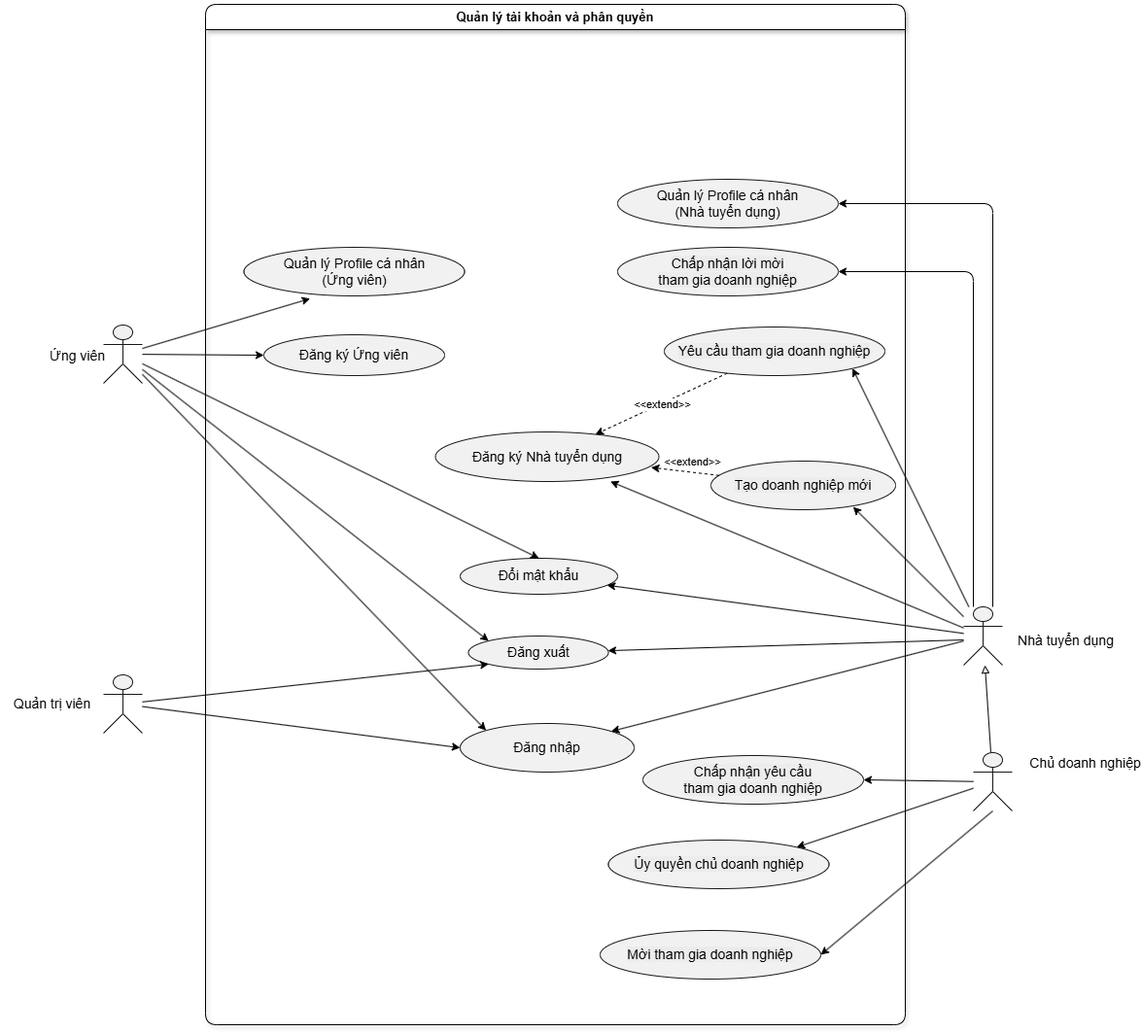
Above: diagrams/usecase_account.png in SE-Project-CTU/smart-recruitment-docs (draw.io), before the change. Source tidied: cells renumbered, new cells last; positions are measured from the earlier drawing's top-left corner, leaving out a move shared by most shapes. The source it was exported from:
```xml
<mxGraphModel>
  <root>
    <mxCell id="0" />
    <mxCell id="1" parent="0" />
    <mxCell id="2" value="Quản lý tài khoản và phân quyền" style="swimlane;startSize=26;fontSize=13;fontStyle=1;whiteSpace=wrap;shadow=1;rounded=1;glass=0;swimlaneLine=1;fillColor=default;gradientColor=none;fillStyle=solid;" parent="1" vertex="1">
      <mxGeometry x="212" width="720" height="1050" as="geometry" />
    </mxCell>
    <mxCell id="3" value="Đăng ký Ứng viên" style="ellipse;html=1;fillColor=#F1F1F1;strokeColor=#181818;whiteSpace=wrap;fontColor=#000000;fontSize=14;shadow=0;" parent="2" vertex="1">
      <mxGeometry x="60" y="340" width="186" height="42" as="geometry" />
    </mxCell>
    <mxCell id="4" value="Đăng ký Nhà tuyển dụng" style="ellipse;html=1;fillColor=#F1F1F1;strokeColor=#181818;whiteSpace=wrap;fontColor=#000000;fontSize=14;shadow=0;" parent="2" vertex="1">
      <mxGeometry x="236.5" y="440" width="230" height="51" as="geometry" />
    </mxCell>
    <mxCell id="5" value="Đăng nhập" style="ellipse;html=1;fillColor=#F1F1F1;strokeColor=#181818;whiteSpace=wrap;fontColor=#000000;fontSize=14;shadow=0;" parent="2" vertex="1">
      <mxGeometry x="262" y="740" width="179" height="50" as="geometry" />
    </mxCell>
    <mxCell id="6" value="Đăng xuất" style="ellipse;html=1;fillColor=#F1F1F1;strokeColor=#181818;whiteSpace=wrap;fontColor=#000000;fontSize=14;shadow=0;" parent="2" vertex="1">
      <mxGeometry x="270.5" y="650" width="144" height="34" as="geometry" />
    </mxCell>
    <mxCell id="7" value="Quản lý Profile cá nhân&lt;br&gt;(Ứng viên)" style="ellipse;html=1;fillColor=#F1F1F1;strokeColor=#181818;whiteSpace=wrap;fontColor=#000000;fontSize=14;shadow=0;" parent="2" vertex="1">
      <mxGeometry x="39.5" y="250" width="227" height="50" as="geometry" />
    </mxCell>
    <mxCell id="8" value="Đổi mật khẩu" style="ellipse;html=1;fillColor=#F1F1F1;strokeColor=#181818;whiteSpace=wrap;fontColor=#000000;fontSize=14;shadow=0;" parent="2" vertex="1">
      <mxGeometry x="262" y="570" width="162" height="37" as="geometry" />
    </mxCell>
    <mxCell id="9" value="Quản lý Profile cá nhân&lt;br&gt;(Nhà tuyển dụng)" style="ellipse;html=1;fillColor=#F1F1F1;strokeColor=#181818;whiteSpace=wrap;fontColor=#000000;fontSize=14;shadow=0;" parent="2" vertex="1">
      <mxGeometry x="424" y="180" width="227" height="50" as="geometry" />
    </mxCell>
    <mxCell id="10" value="&lt;span style=&quot;background-color: rgb(236, 236, 236);&quot;&gt;Tạo doanh nghiệp mới&lt;/span&gt;" style="ellipse;html=1;fillColor=#F1F1F1;strokeColor=#181818;whiteSpace=wrap;fontColor=#000000;fontSize=14;shadow=0;" parent="2" vertex="1">
      <mxGeometry x="520" y="470" width="190" height="50" as="geometry" />
    </mxCell>
    <mxCell id="11" style="edgeStyle=none;html=1;dashed=1;" parent="2" edge="1" source="13" target="4">
      <mxGeometry relative="1" as="geometry" />
    </mxCell>
    <mxCell id="12" value="&lt;span style=&quot;color: rgb(0, 0, 0);&quot;&gt;&amp;lt;&amp;lt;extend&amp;gt;&amp;gt;&lt;/span&gt;" style="edgeLabel;html=1;align=center;verticalAlign=middle;" parent="11" vertex="1">
      <mxGeometry relative="1" as="geometry" />
    </mxCell>
    <mxCell id="13" value="&lt;span style=&quot;background-color: rgb(236, 236, 236);&quot;&gt;Yêu cầu tham gia doanh nghiệp&lt;/span&gt;" style="ellipse;html=1;fillColor=#F1F1F1;strokeColor=#181818;whiteSpace=wrap;fontColor=#000000;fontSize=14;shadow=0;" parent="2" vertex="1">
      <mxGeometry x="472" y="332" width="227" height="50" as="geometry" />
    </mxCell>
    <mxCell id="14" value="&lt;span style=&quot;background-color: rgb(236, 236, 236);&quot;&gt;Mời tham gia doanh nghiệp&lt;/span&gt;" style="ellipse;html=1;fillColor=#F1F1F1;strokeColor=#181818;whiteSpace=wrap;fontColor=#000000;fontSize=14;shadow=0;" parent="2" vertex="1">
      <mxGeometry x="406" y="953" width="227" height="50" as="geometry" />
    </mxCell>
    <mxCell id="15" style="edgeStyle=none;html=1;entryX=0.965;entryY=0.717;entryDx=0;entryDy=0;entryPerimeter=0;dashed=1;" parent="2" edge="1" source="10" target="4">
      <mxGeometry relative="1" as="geometry" />
    </mxCell>
    <mxCell id="16" value="&lt;span style=&quot;color: rgb(0, 0, 0);&quot;&gt;&amp;lt;&amp;lt;extend&amp;gt;&amp;gt;&lt;/span&gt;" style="edgeLabel;html=1;align=center;verticalAlign=middle;" parent="15" vertex="1">
      <mxGeometry x="-0.19" relative="1" as="geometry">
        <mxPoint y="-11" as="offset" />
      </mxGeometry>
    </mxCell>
    <mxCell id="17" value="&lt;span style=&quot;background-color: rgb(236, 236, 236);&quot;&gt;Chấp nhận lời mời&lt;br&gt;tham gia doanh nghiệp&lt;/span&gt;" style="ellipse;html=1;fillColor=#F1F1F1;strokeColor=#181818;whiteSpace=wrap;fontColor=#000000;fontSize=14;shadow=0;" parent="2" vertex="1">
      <mxGeometry x="424" y="250" width="227" height="50" as="geometry" />
    </mxCell>
    <mxCell id="18" value="&lt;span style=&quot;background-color: rgb(236, 236, 236);&quot;&gt;Ủy quyền chủ doanh nghiệp&lt;/span&gt;" style="ellipse;html=1;fillColor=#F1F1F1;strokeColor=#181818;whiteSpace=wrap;fontColor=#000000;fontSize=14;shadow=0;" parent="2" vertex="1">
      <mxGeometry x="414.5" y="860" width="227" height="50" as="geometry" />
    </mxCell>
    <mxCell id="19" value="&lt;span style=&quot;background-color: rgb(236, 236, 236);&quot;&gt;Chấp nhận yêu cầu&lt;br&gt;tham gia doanh nghiệp&lt;/span&gt;" style="ellipse;html=1;fillColor=#F1F1F1;strokeColor=#181818;whiteSpace=wrap;fontColor=#000000;fontSize=14;shadow=0;" parent="2" vertex="1">
      <mxGeometry x="450" y="773" width="227" height="50" as="geometry" />
    </mxCell>
    <mxCell id="20" style="edgeStyle=none;html=1;entryX=0;entryY=0.5;entryDx=0;entryDy=0;" parent="1" edge="1" source="22" target="5">
      <mxGeometry relative="1" as="geometry" />
    </mxCell>
    <mxCell id="21" style="edgeStyle=none;html=1;entryX=0;entryY=1;entryDx=0;entryDy=0;" parent="1" edge="1" source="22" target="6">
      <mxGeometry relative="1" as="geometry" />
    </mxCell>
    <mxCell id="22" style="shape=umlActor;html=1;fillColor=#F1F1F1;strokeColor=#181818;fontColor=#000000;fontSize=14;shadow=0;" parent="1" vertex="1">
      <mxGeometry x="107" y="690" width="40" height="60" as="geometry" />
    </mxCell>
    <mxCell id="23" value="Quản trị viên" style="text;html=1;align=center;verticalAlign=top;fontColor=#000000;fontSize=14;" parent="1" vertex="1">
      <mxGeometry x="0.5" y="705" width="106.5" height="30" as="geometry" />
    </mxCell>
    <mxCell id="24" style="edgeStyle=none;html=1;entryX=0;entryY=0;entryDx=0;entryDy=0;" parent="1" edge="1" source="28" target="5">
      <mxGeometry relative="1" as="geometry" />
    </mxCell>
    <mxCell id="25" style="edgeStyle=none;html=1;entryX=0;entryY=0;entryDx=0;entryDy=0;" parent="1" edge="1" source="28" target="6">
      <mxGeometry relative="1" as="geometry" />
    </mxCell>
    <mxCell id="26" style="edgeStyle=none;html=1;entryX=0.5;entryY=0;entryDx=0;entryDy=0;" parent="1" edge="1" source="28" target="8">
      <mxGeometry relative="1" as="geometry" />
    </mxCell>
    <mxCell id="27" style="edgeStyle=none;html=1;" parent="1" edge="1" source="28" target="3">
      <mxGeometry relative="1" as="geometry" />
    </mxCell>
    <mxCell id="28" style="shape=umlActor;html=1;fillColor=#F1F1F1;strokeColor=#181818;fontColor=#000000;fontSize=14;shadow=0;" parent="1" vertex="1">
      <mxGeometry x="107" y="330" width="40" height="60" as="geometry" />
    </mxCell>
    <mxCell id="29" value="Ứng viên" style="text;html=1;align=center;verticalAlign=top;fontColor=#000000;fontSize=14;" parent="1" vertex="1">
      <mxGeometry x="42" y="347.4" width="75" height="25.2" as="geometry" />
    </mxCell>
    <mxCell id="30" style="edgeStyle=none;html=1;" parent="1" edge="1" source="36" target="5">
      <mxGeometry relative="1" as="geometry" />
    </mxCell>
    <mxCell id="31" style="edgeStyle=none;html=1;" parent="1" edge="1" source="36" target="8">
      <mxGeometry relative="1" as="geometry" />
    </mxCell>
    <mxCell id="32" style="edgeStyle=none;html=1;entryX=1;entryY=1;entryDx=0;entryDy=0;" parent="1" edge="1" source="36" target="13">
      <mxGeometry relative="1" as="geometry" />
    </mxCell>
    <mxCell id="33" style="html=1;entryX=1;entryY=0.5;entryDx=0;entryDy=0;" parent="1" edge="1" target="14">
      <mxGeometry relative="1" as="geometry">
        <mxPoint x="1022" y="830" as="sourcePoint" />
      </mxGeometry>
    </mxCell>
    <mxCell id="34" style="edgeStyle=orthogonalEdgeStyle;html=1;entryX=1;entryY=0.5;entryDx=0;entryDy=0;" parent="1" edge="1" source="36" target="9">
      <mxGeometry relative="1" as="geometry">
        <Array as="points">
          <mxPoint x="1022" y="205" />
        </Array>
      </mxGeometry>
    </mxCell>
    <mxCell id="35" style="edgeStyle=orthogonalEdgeStyle;html=1;entryX=1;entryY=0.5;entryDx=0;entryDy=0;" parent="1" edge="1" source="36" target="17">
      <mxGeometry relative="1" as="geometry">
        <Array as="points">
          <mxPoint x="1002" y="275" />
        </Array>
      </mxGeometry>
    </mxCell>
    <mxCell id="36" style="shape=umlActor;html=1;fillColor=#F1F1F1;strokeColor=#181818;fontColor=#000000;fontSize=14;shadow=0;" parent="1" vertex="1">
      <mxGeometry x="992" y="620" width="40" height="60" as="geometry" />
    </mxCell>
    <mxCell id="37" style="edgeStyle=none;html=1;" parent="1" edge="1" target="6">
      <mxGeometry relative="1" as="geometry">
        <mxPoint x="992" y="654" as="sourcePoint" />
      </mxGeometry>
    </mxCell>
    <mxCell id="38" value="Nhà tuyển dụng" style="text;html=1;align=center;verticalAlign=top;fontColor=#000000;fontSize=14;" parent="1" vertex="1">
      <mxGeometry x="1042" y="640" width="109" height="27.5" as="geometry" />
    </mxCell>
    <mxCell id="39" style="edgeStyle=none;html=1;entryX=0.783;entryY=1;entryDx=0;entryDy=0;entryPerimeter=0;" parent="1" edge="1" source="36" target="4">
      <mxGeometry relative="1" as="geometry" />
    </mxCell>
    <mxCell id="40" style="edgeStyle=none;html=1;entryX=0.77;entryY=0.943;entryDx=0;entryDy=0;entryPerimeter=0;" parent="1" edge="1" source="36" target="10">
      <mxGeometry relative="1" as="geometry" />
    </mxCell>
    <mxCell id="41" style="edgeStyle=none;html=1;entryX=0.3;entryY=1.056;entryDx=0;entryDy=0;entryPerimeter=0;" parent="1" edge="1" source="28" target="7">
      <mxGeometry relative="1" as="geometry" />
    </mxCell>
    <mxCell id="42" style="edgeStyle=none;html=1;endArrow=block;endFill=0;strokeColor=default;rounded=1;curved=0;jumpStyle=none;" parent="1" edge="1" source="45" target="36">
      <mxGeometry relative="1" as="geometry" />
    </mxCell>
    <mxCell id="43" style="edgeStyle=none;html=1;entryX=1;entryY=0;entryDx=0;entryDy=0;" parent="1" edge="1" source="45" target="18">
      <mxGeometry relative="1" as="geometry" />
    </mxCell>
    <mxCell id="44" style="edgeStyle=none;html=1;entryX=1;entryY=0.5;entryDx=0;entryDy=0;" parent="1" edge="1" source="45" target="19">
      <mxGeometry relative="1" as="geometry" />
    </mxCell>
    <mxCell id="45" style="shape=umlActor;html=1;fillColor=#F1F1F1;strokeColor=#181818;fontColor=#000000;fontSize=14;shadow=0;" parent="1" vertex="1">
      <mxGeometry x="1002" y="770" width="40" height="60" as="geometry" />
    </mxCell>
    <mxCell id="46" value="Chủ doanh nghiệp" style="text;html=1;align=center;verticalAlign=top;fontColor=#000000;fontSize=14;" parent="1" vertex="1">
      <mxGeometry x="1062" y="766.2" width="109" height="27.5" as="geometry" />
    </mxCell>
  </root>
</mxGraphModel>
```
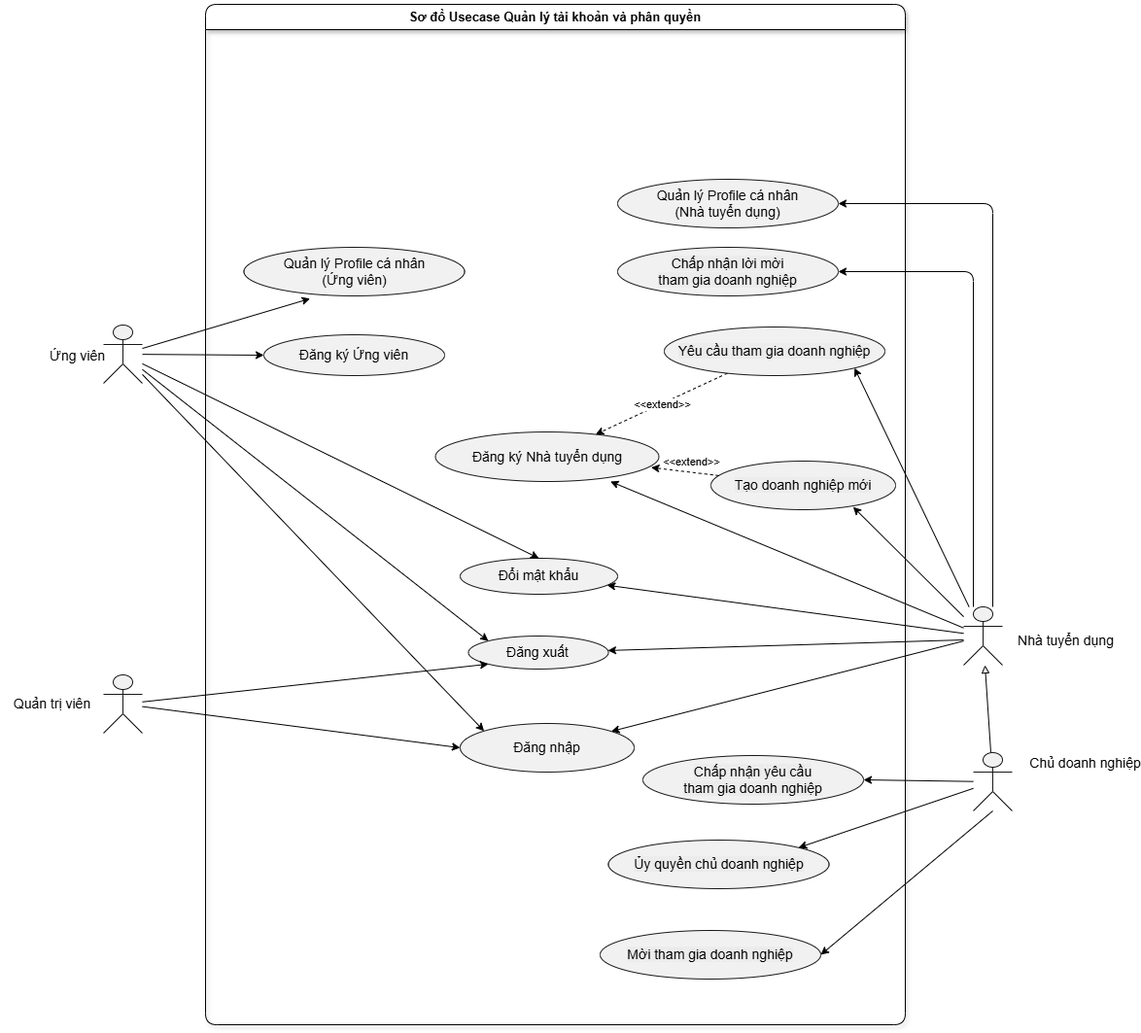
After the change.

The edit, as a diff of the source:
```diff
@@ -1,8 +1,8 @@
-<mxGraphModel>
+<mxGraphModel background="#ffffff">
   <root>
     <mxCell id="0" />
     <mxCell id="1" parent="0" />
-    <mxCell id="2" value="Quản lý tài khoản và phân quyền" style="swimlane;startSize=26;fontSize=13;fontStyle=1;whiteSpace=wrap;shadow=1;rounded=1;glass=0;swimlaneLine=1;fillColor=default;gradientColor=none;fillStyle=solid;" parent="1" vertex="1">
+    <mxCell id="2" value="Sơ đồ Usecase Quản lý tài khoản và phân quyền" style="swimlane;startSize=26;fontSize=13;fontStyle=1;whiteSpace=wrap;shadow=1;rounded=1;glass=0;swimlaneLine=1;fillColor=default;gradientColor=none;fillStyle=solid;" parent="1" vertex="1">
       <mxGeometry x="212" width="720" height="1050" as="geometry" />
     </mxCell>
     <mxCell id="3" value="Đăng ký Ứng viên" style="ellipse;html=1;fillColor=#F1F1F1;strokeColor=#181818;whiteSpace=wrap;fontColor=#000000;fontSize=14;shadow=0;" parent="2" vertex="1">
```
